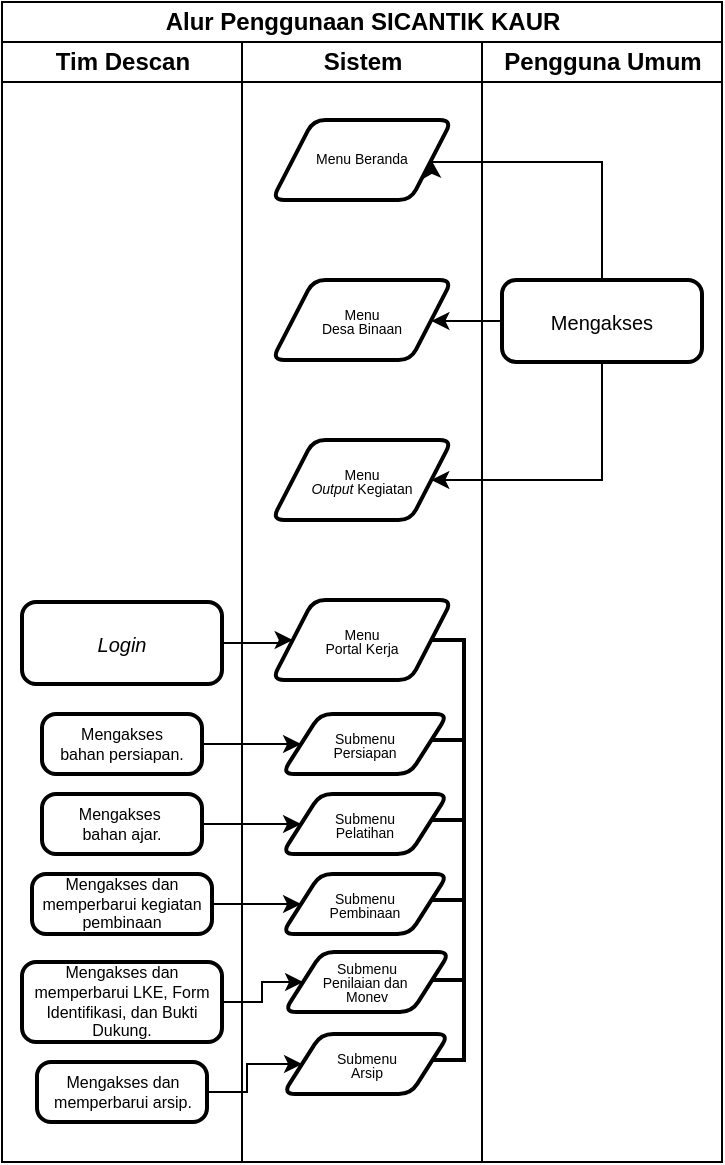
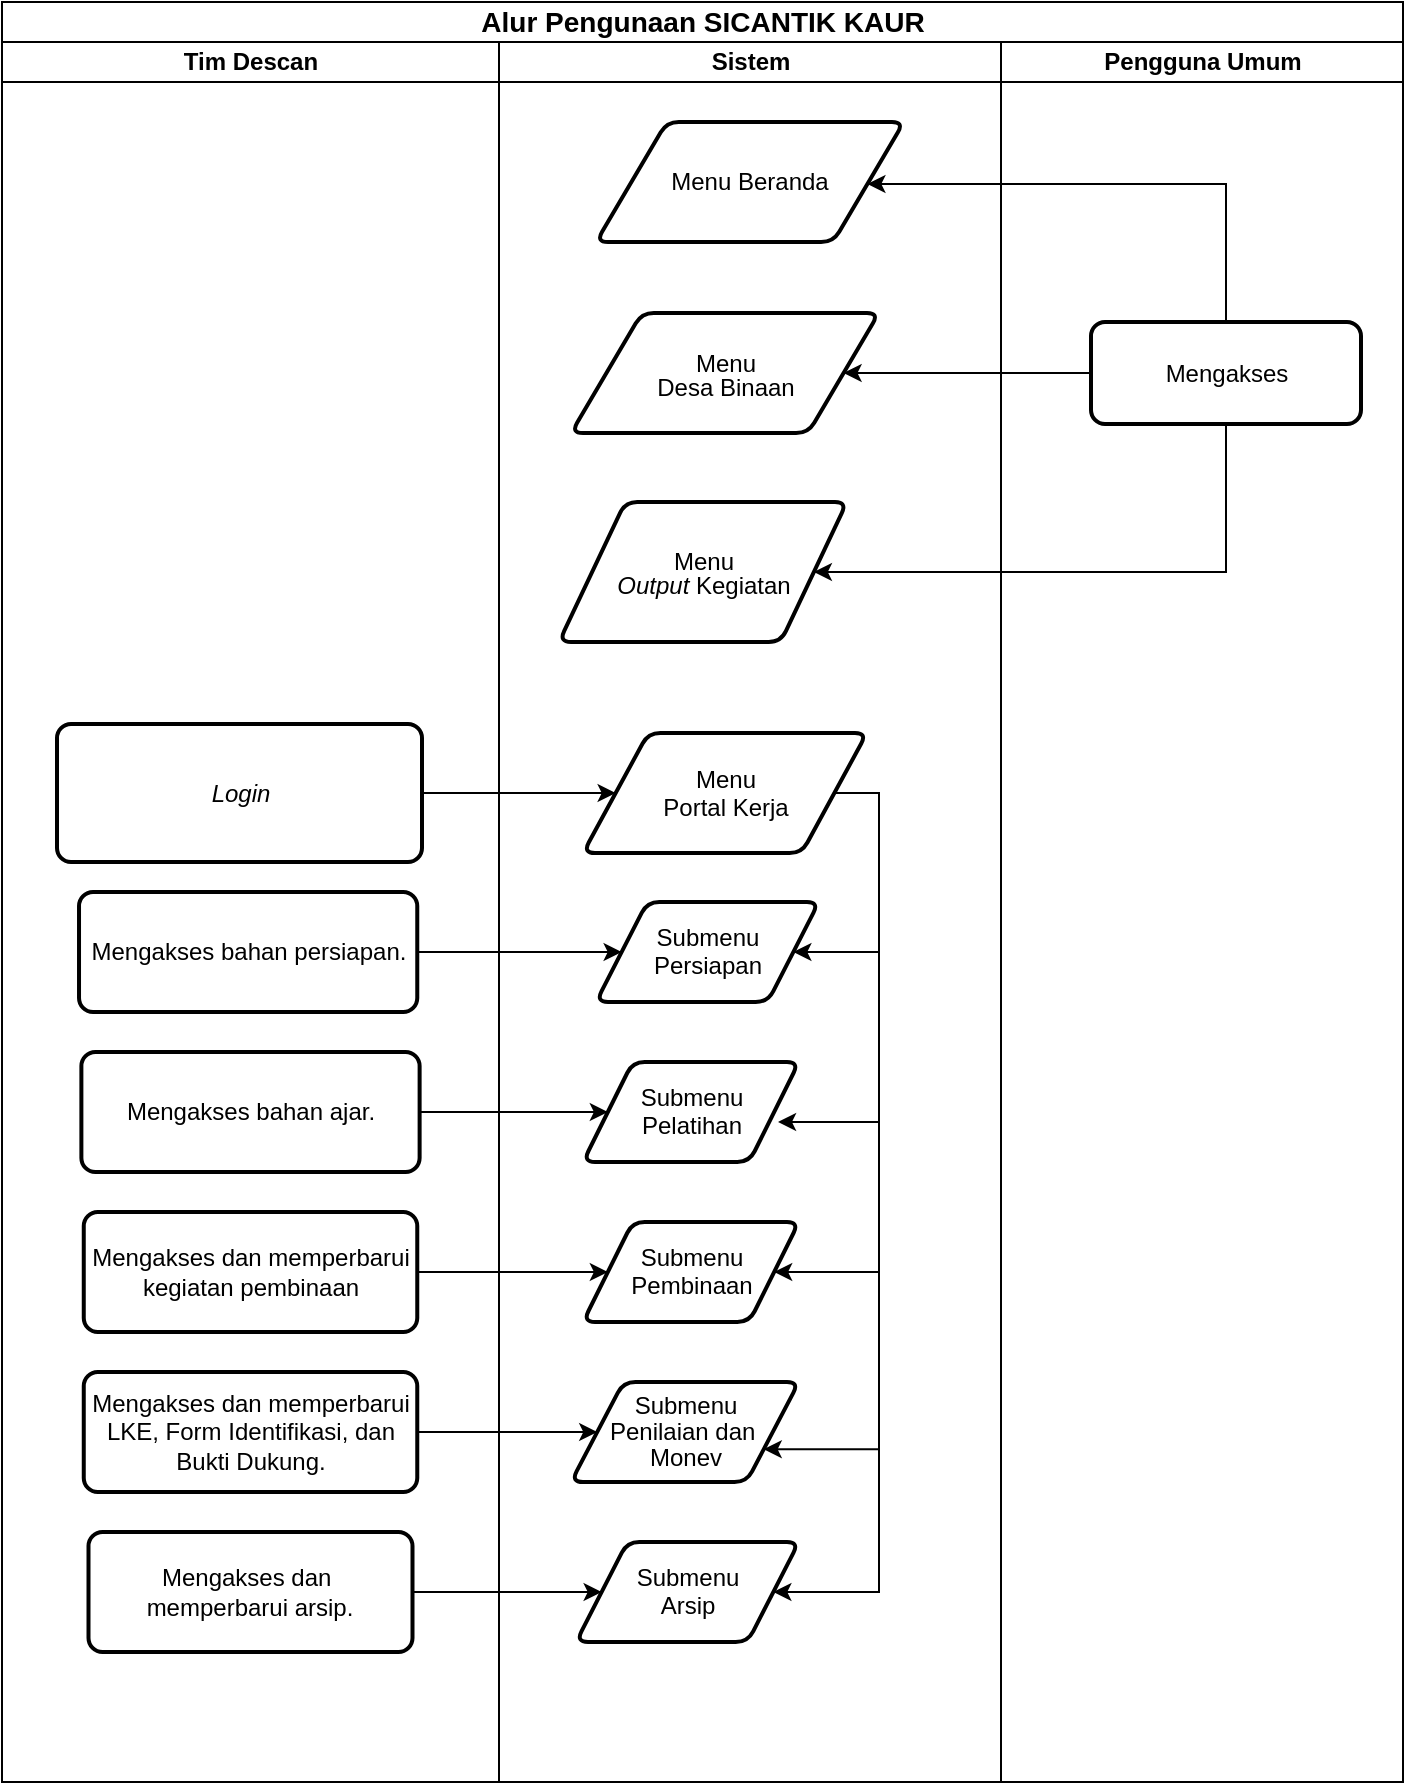
<mxfile host="app.diagrams.net">
  <diagram name="Halaman-1" id="NMfvk5RdGSKyurMBpHSk">
-     <mxGraphModel dx="728" dy="508" grid="1" gridSize="10" guides="1" tooltips="1" connect="1" arrows="1" fold="1" page="1" pageScale="1" pageWidth="827" pageHeight="1169" math="0" shadow="0">
+     <mxGraphModel dx="1120" dy="782" grid="1" gridSize="10" guides="1" tooltips="1" connect="1" arrows="1" fold="1" page="1" pageScale="1" pageWidth="827" pageHeight="1169" math="0" shadow="0">
      <root>
        <mxCell id="0" />
        <mxCell id="1" parent="0" />
-         <mxCell id="cIB5-QKN6q7S9F4UIb-L-4" parent="1" style="swimlane;childLayout=stackLayout;resizeParent=1;resizeParentMax=0;startSize=20;html=1;" value="Alur Penggunaan SICANTIK KAUR" vertex="1">
-           <mxGeometry height="580" width="360" x="40" y="40" as="geometry">
-             <mxRectangle height="30" width="60" x="290.00000000000045" y="300" as="alternateBounds" />
-           </mxGeometry>
+         <mxCell id="EONZ8WT3-JnyCntiJ988-1" parent="1" style="swimlane;childLayout=stackLayout;resizeParent=1;resizeParentMax=0;startSize=20;html=1;" value="&lt;font style=&quot;font-size: 14px;&quot;&gt;Alur Pengunaan SICANTIK KAUR&lt;/font&gt;" vertex="1">
+           <mxGeometry height="890" width="700.5" x="112" y="70" as="geometry" />
        </mxCell>
-         <mxCell id="cIB5-QKN6q7S9F4UIb-L-5" parent="cIB5-QKN6q7S9F4UIb-L-4" style="swimlane;startSize=20;html=1;" value="Tim Descan" vertex="1">
-           <mxGeometry height="560" width="120" y="20" as="geometry" />
+         <mxCell id="EONZ8WT3-JnyCntiJ988-2" parent="EONZ8WT3-JnyCntiJ988-1" style="swimlane;startSize=20;html=1;" value="Tim Descan" vertex="1">
+           <mxGeometry height="870" width="248.5" y="20" as="geometry" />
        </mxCell>
-         <mxCell id="cIB5-QKN6q7S9F4UIb-L-37" parent="cIB5-QKN6q7S9F4UIb-L-5" style="rounded=1;whiteSpace=wrap;html=1;absoluteArcSize=1;arcSize=14;strokeWidth=2;" value="&lt;font style=&quot;font-size: 10px;&quot;&gt;&lt;i&gt;Login&lt;/i&gt;&lt;/font&gt;" vertex="1">
-           <mxGeometry height="41" width="100" x="10" y="280" as="geometry" />
+         <mxCell id="EONZ8WT3-JnyCntiJ988-5" parent="EONZ8WT3-JnyCntiJ988-2" style="rounded=1;whiteSpace=wrap;html=1;absoluteArcSize=1;arcSize=14;strokeWidth=2;" value="&lt;font&gt;&lt;i style=&quot;&quot;&gt;Login&lt;/i&gt;&lt;/font&gt;" vertex="1">
+           <mxGeometry height="69" width="182.5" x="27.5" y="341" as="geometry" />
        </mxCell>
-         <mxCell id="cIB5-QKN6q7S9F4UIb-L-39" parent="cIB5-QKN6q7S9F4UIb-L-5" style="rounded=1;whiteSpace=wrap;html=1;absoluteArcSize=1;arcSize=14;strokeWidth=2;fontFamily=Helvetica;fontSize=7;fontColor=default;fontStyle=0;align=center;verticalAlign=middle;spacing=0;" value="&lt;font style=&quot;font-size: 8px;&quot;&gt;Mengakses&lt;/font&gt;&lt;div&gt;&lt;font style=&quot;font-size: 8px;&quot;&gt;bahan persiapan.&lt;/font&gt;&lt;/div&gt;" vertex="1">
-           <mxGeometry height="30" width="80" x="20" y="336" as="geometry" />
+         <mxCell id="EONZ8WT3-JnyCntiJ988-6" parent="EONZ8WT3-JnyCntiJ988-2" style="rounded=1;whiteSpace=wrap;html=1;absoluteArcSize=1;arcSize=14;strokeWidth=2;fontFamily=Helvetica;fontSize=7;fontColor=default;fontStyle=0;align=center;verticalAlign=middle;spacing=0;" value="&lt;font style=&quot;font-size: 12px;&quot;&gt;&lt;font style=&quot;&quot;&gt;Mengakses&amp;nbsp;&lt;/font&gt;&lt;span style=&quot;background-color: transparent; color: light-dark(rgb(0, 0, 0), rgb(255, 255, 255));&quot;&gt;bahan persiapan.&lt;/span&gt;&lt;/font&gt;" vertex="1">
+           <mxGeometry height="60" width="169.12" x="38.510000000000005" y="425" as="geometry" />
        </mxCell>
-         <mxCell id="cIB5-QKN6q7S9F4UIb-L-41" parent="cIB5-QKN6q7S9F4UIb-L-5" style="rounded=1;whiteSpace=wrap;html=1;absoluteArcSize=1;arcSize=14;strokeWidth=2;fontFamily=Helvetica;fontSize=7;fontColor=default;fontStyle=0;align=center;verticalAlign=middle;spacing=0;" value="&lt;font style=&quot;font-size: 8px;&quot;&gt;Mengakses&amp;nbsp;&lt;/font&gt;&lt;div&gt;&lt;font style=&quot;font-size: 8px;&quot;&gt;bahan ajar.&lt;/font&gt;&lt;/div&gt;" vertex="1">
-           <mxGeometry height="30" width="80" x="20" y="376" as="geometry" />
+         <mxCell id="EONZ8WT3-JnyCntiJ988-7" parent="EONZ8WT3-JnyCntiJ988-2" style="rounded=1;whiteSpace=wrap;html=1;absoluteArcSize=1;arcSize=14;strokeWidth=2;fontFamily=Helvetica;fontSize=7;fontColor=default;fontStyle=0;align=center;verticalAlign=middle;spacing=0;" value="&lt;font style=&quot;font-size: 12px;&quot;&gt;Mengakses&amp;nbsp;&lt;/font&gt;&lt;span style=&quot;font-size: 12px; background-color: transparent; color: light-dark(rgb(0, 0, 0), rgb(255, 255, 255));&quot;&gt;bahan ajar.&lt;/span&gt;" vertex="1">
+           <mxGeometry height="60" width="169.12" x="39.690000000000005" y="505" as="geometry" />
        </mxCell>
-         <mxCell id="cIB5-QKN6q7S9F4UIb-L-43" parent="cIB5-QKN6q7S9F4UIb-L-5" style="rounded=1;whiteSpace=wrap;html=1;absoluteArcSize=1;arcSize=14;strokeWidth=2;fontFamily=Helvetica;fontSize=7;fontColor=default;fontStyle=0;align=center;verticalAlign=middle;spacing=0;" value="&lt;font style=&quot;font-size: 8px;&quot;&gt;Mengakses dan memperbarui kegiatan pembinaan&lt;br&gt;&lt;/font&gt;" vertex="1">
-           <mxGeometry height="30" width="90" x="15" y="416" as="geometry" />
+         <mxCell id="EONZ8WT3-JnyCntiJ988-8" parent="EONZ8WT3-JnyCntiJ988-2" style="rounded=1;whiteSpace=wrap;html=1;absoluteArcSize=1;arcSize=14;strokeWidth=2;fontFamily=Helvetica;fontSize=7;fontColor=default;fontStyle=0;align=center;verticalAlign=middle;spacing=0;" value="&lt;font style=&quot;&quot;&gt;&lt;font style=&quot;font-size: 12px;&quot;&gt;Mengakses dan memperbarui kegiatan pembinaan&lt;/font&gt;&lt;br&gt;&lt;/font&gt;" vertex="1">
+           <mxGeometry height="60" width="166.75" x="40.88" y="585" as="geometry" />
        </mxCell>
-         <mxCell id="cIB5-QKN6q7S9F4UIb-L-45" parent="cIB5-QKN6q7S9F4UIb-L-5" style="rounded=1;whiteSpace=wrap;html=1;absoluteArcSize=1;arcSize=14;strokeWidth=2;fontFamily=Helvetica;fontSize=7;fontColor=default;fontStyle=0;align=center;verticalAlign=middle;spacing=0;" value="&lt;font style=&quot;font-size: 8px;&quot;&gt;Mengakses dan memperbarui LKE, Form Identifikasi, dan Bukti Dukung.&lt;br&gt;&lt;/font&gt;" vertex="1">
-           <mxGeometry height="40" width="100" x="10" y="460" as="geometry" />
+         <mxCell id="EONZ8WT3-JnyCntiJ988-9" parent="EONZ8WT3-JnyCntiJ988-2" style="rounded=1;whiteSpace=wrap;html=1;absoluteArcSize=1;arcSize=14;strokeWidth=2;fontFamily=Helvetica;fontSize=7;fontColor=default;fontStyle=0;align=center;verticalAlign=middle;spacing=0;" value="&lt;font style=&quot;&quot;&gt;&lt;font style=&quot;font-size: 12px;&quot;&gt;Mengakses dan memperbarui LKE, Form Identifikasi, dan Bukti Dukung.&lt;/font&gt;&lt;br&gt;&lt;/font&gt;" vertex="1">
+           <mxGeometry height="60" width="166.75" x="40.88" y="665" as="geometry" />
        </mxCell>
-         <mxCell id="cIB5-QKN6q7S9F4UIb-L-47" parent="cIB5-QKN6q7S9F4UIb-L-5" style="rounded=1;whiteSpace=wrap;html=1;absoluteArcSize=1;arcSize=14;strokeWidth=2;fontFamily=Helvetica;fontSize=7;fontColor=default;fontStyle=0;align=center;verticalAlign=middle;spacing=0;" value="&lt;font style=&quot;font-size: 8px;&quot;&gt;Mengakses dan memperbarui arsip.&lt;br&gt;&lt;/font&gt;" vertex="1">
-           <mxGeometry height="30" width="85" x="17.5" y="510" as="geometry" />
+         <mxCell id="EONZ8WT3-JnyCntiJ988-10" parent="EONZ8WT3-JnyCntiJ988-2" style="rounded=1;whiteSpace=wrap;html=1;absoluteArcSize=1;arcSize=14;strokeWidth=2;fontFamily=Helvetica;fontSize=7;fontColor=default;fontStyle=0;align=center;verticalAlign=middle;spacing=0;" value="&lt;font style=&quot;&quot;&gt;&lt;font style=&quot;font-size: 12px;&quot;&gt;Mengakses dan&amp;nbsp;&lt;/font&gt;&lt;/font&gt;&lt;div&gt;&lt;font style=&quot;&quot;&gt;&lt;font style=&quot;font-size: 12px;&quot;&gt;memperbarui arsip.&lt;/font&gt;&lt;br&gt;&lt;/font&gt;&lt;/div&gt;" vertex="1">
+           <mxGeometry height="60" width="162" x="43.25" y="745" as="geometry" />
        </mxCell>
-         <mxCell id="cIB5-QKN6q7S9F4UIb-L-6" parent="cIB5-QKN6q7S9F4UIb-L-4" style="swimlane;startSize=20;html=1;" value="Sistem" vertex="1">
-           <mxGeometry height="560" width="120" x="120" y="20" as="geometry" />
+         <mxCell id="EONZ8WT3-JnyCntiJ988-3" parent="EONZ8WT3-JnyCntiJ988-1" style="swimlane;startSize=20;html=1;" value="Sistem" vertex="1">
+           <mxGeometry height="870" width="251" x="248.5" y="20" as="geometry" />
        </mxCell>
-         <mxCell id="cIB5-QKN6q7S9F4UIb-L-9" parent="cIB5-QKN6q7S9F4UIb-L-6" style="shape=parallelogram;html=1;strokeWidth=2;perimeter=parallelogramPerimeter;whiteSpace=wrap;rounded=1;arcSize=12;size=0.23;fontFamily=Helvetica;fontSize=7;fontColor=default;fontStyle=0;align=center;verticalAlign=middle;spacing=0;" value="&lt;font style=&quot;font-size: 7px; line-height: 100%;&quot;&gt;Menu Beranda&lt;/font&gt;" vertex="1">
-           <mxGeometry height="40" width="90" x="15" y="39" as="geometry" />
+         <mxCell id="EONZ8WT3-JnyCntiJ988-11" parent="EONZ8WT3-JnyCntiJ988-3" style="shape=parallelogram;html=1;strokeWidth=2;perimeter=parallelogramPerimeter;whiteSpace=wrap;rounded=1;arcSize=12;size=0.23;fontFamily=Helvetica;fontSize=7;fontColor=default;fontStyle=0;align=center;verticalAlign=middle;spacing=0;" value="&lt;font style=&quot;line-height: 100%; font-size: 12px;&quot;&gt;Menu Beranda&lt;/font&gt;" vertex="1">
+           <mxGeometry height="60" width="154" x="48.5" y="40" as="geometry" />
        </mxCell>
-         <mxCell id="cIB5-QKN6q7S9F4UIb-L-11" parent="cIB5-QKN6q7S9F4UIb-L-6" style="shape=parallelogram;html=1;strokeWidth=2;perimeter=parallelogramPerimeter;whiteSpace=wrap;rounded=1;arcSize=12;size=0.23;fontFamily=Helvetica;fontSize=7;fontColor=default;fontStyle=0;align=center;verticalAlign=middle;spacing=0;" value="&lt;div style=&quot;line-height: 100%;&quot;&gt;&lt;font style=&quot;font-size: 7px; line-height: 100%;&quot;&gt;Menu&lt;/font&gt;&lt;div&gt;&lt;font style=&quot;font-size: 7px; line-height: 100%;&quot;&gt;Desa Binaan&lt;/font&gt;&lt;/div&gt;&lt;/div&gt;" vertex="1">
-           <mxGeometry height="40" width="90" x="15" y="119" as="geometry" />
+         <mxCell id="EONZ8WT3-JnyCntiJ988-12" parent="EONZ8WT3-JnyCntiJ988-3" style="shape=parallelogram;html=1;strokeWidth=2;perimeter=parallelogramPerimeter;whiteSpace=wrap;rounded=1;arcSize=12;size=0.23;fontFamily=Helvetica;fontSize=7;fontColor=default;fontStyle=0;align=center;verticalAlign=middle;spacing=0;" value="&lt;div style=&quot;line-height: 100%;&quot;&gt;&lt;font style=&quot;line-height: 100%; font-size: 12px;&quot;&gt;Menu&lt;/font&gt;&lt;div&gt;&lt;font style=&quot;line-height: 100%; font-size: 12px;&quot;&gt;Desa Binaan&lt;/font&gt;&lt;/div&gt;&lt;/div&gt;" vertex="1">
+           <mxGeometry height="60" width="154" x="36" y="135.5" as="geometry" />
        </mxCell>
-         <mxCell id="cIB5-QKN6q7S9F4UIb-L-12" parent="cIB5-QKN6q7S9F4UIb-L-6" style="shape=parallelogram;html=1;strokeWidth=2;perimeter=parallelogramPerimeter;whiteSpace=wrap;rounded=1;arcSize=12;size=0.23;spacing=0;verticalAlign=middle;fontSize=7;" value="&lt;div style=&quot;line-height: 100%;&quot;&gt;&lt;font style=&quot;line-height: 100%;&quot;&gt;Menu&lt;/font&gt;&lt;div&gt;&lt;font style=&quot;line-height: 100%;&quot;&gt;&lt;i&gt;Output &lt;/i&gt;Kegiatan&lt;/font&gt;&lt;/div&gt;&lt;/div&gt;" vertex="1">
-           <mxGeometry height="40" width="90" x="15" y="199" as="geometry" />
+         <mxCell id="EONZ8WT3-JnyCntiJ988-13" parent="EONZ8WT3-JnyCntiJ988-3" style="shape=parallelogram;html=1;strokeWidth=2;perimeter=parallelogramPerimeter;whiteSpace=wrap;rounded=1;arcSize=12;size=0.23;spacing=0;verticalAlign=middle;fontSize=7;" value="&lt;div style=&quot;line-height: 100%;&quot;&gt;&lt;font style=&quot;line-height: 100%; font-size: 12px;&quot;&gt;Menu&lt;/font&gt;&lt;div&gt;&lt;font style=&quot;line-height: 100%; font-size: 12px;&quot;&gt;&lt;i&gt;Output &lt;/i&gt;Kegiatan&lt;/font&gt;&lt;/div&gt;&lt;/div&gt;" vertex="1">
+           <mxGeometry height="70" width="144" x="30" y="230" as="geometry" />
        </mxCell>
-         <mxCell id="cIB5-QKN6q7S9F4UIb-L-13" parent="cIB5-QKN6q7S9F4UIb-L-6" style="shape=parallelogram;html=1;strokeWidth=2;perimeter=parallelogramPerimeter;whiteSpace=wrap;rounded=1;arcSize=12;size=0.23;spacing=0;verticalAlign=middle;fontSize=7;" value="&lt;div style=&quot;line-height: 100%;&quot;&gt;&lt;font style=&quot;line-height: 100%;&quot;&gt;Menu&lt;/font&gt;&lt;div&gt;Portal Kerja&lt;/div&gt;&lt;/div&gt;" vertex="1">
-           <mxGeometry height="40" width="90" x="15" y="279" as="geometry" />
-         </mxCell>
-         <mxCell id="cIB5-QKN6q7S9F4UIb-L-20" parent="cIB5-QKN6q7S9F4UIb-L-6" style="shape=parallelogram;html=1;strokeWidth=2;perimeter=parallelogramPerimeter;whiteSpace=wrap;rounded=1;arcSize=12;size=0.23;spacing=0;verticalAlign=middle;fontSize=7;" value="&lt;div style=&quot;line-height: 100%;&quot;&gt;Submenu&lt;/div&gt;&lt;div style=&quot;line-height: 100%;&quot;&gt;Pelatihan&lt;/div&gt;" vertex="1">
-           <mxGeometry height="30" width="83" x="20" y="376" as="geometry" />
-         </mxCell>
-         <mxCell id="cIB5-QKN6q7S9F4UIb-L-14" parent="cIB5-QKN6q7S9F4UIb-L-6" style="shape=parallelogram;html=1;strokeWidth=2;perimeter=parallelogramPerimeter;whiteSpace=wrap;rounded=1;arcSize=12;size=0.23;spacing=0;verticalAlign=middle;fontSize=7;" value="&lt;div style=&quot;line-height: 100%;&quot;&gt;Submenu&lt;/div&gt;&lt;div style=&quot;line-height: 100%;&quot;&gt;Persiapan&lt;/div&gt;" vertex="1">
-           <mxGeometry height="30" width="83" x="20" y="336" as="geometry" />
-         </mxCell>
-         <mxCell id="cIB5-QKN6q7S9F4UIb-L-22" parent="cIB5-QKN6q7S9F4UIb-L-6" style="strokeWidth=2;html=1;shape=mxgraph.flowchart.annotation_1;align=left;pointerEvents=1;rotation=-180;" value="" vertex="1">
-           <mxGeometry height="50" width="16" x="95" y="299" as="geometry" />
-         </mxCell>
-         <mxCell id="cIB5-QKN6q7S9F4UIb-L-24" parent="cIB5-QKN6q7S9F4UIb-L-6" style="strokeWidth=2;html=1;shape=mxgraph.flowchart.annotation_1;align=left;pointerEvents=1;rotation=-180;" value="" vertex="1">
-           <mxGeometry height="40" width="16" x="95" y="349" as="geometry" />
-         </mxCell>
-         <mxCell id="cIB5-QKN6q7S9F4UIb-L-25" parent="cIB5-QKN6q7S9F4UIb-L-6" style="shape=parallelogram;html=1;strokeWidth=2;perimeter=parallelogramPerimeter;whiteSpace=wrap;rounded=1;arcSize=12;size=0.23;spacing=0;verticalAlign=middle;fontSize=7;" value="&lt;div style=&quot;line-height: 100%;&quot;&gt;Submenu&lt;/div&gt;&lt;div style=&quot;line-height: 100%;&quot;&gt;Pembinaan&lt;/div&gt;" vertex="1">
-           <mxGeometry height="30" width="83" x="20" y="416" as="geometry" />
-         </mxCell>
-         <mxCell id="cIB5-QKN6q7S9F4UIb-L-27" parent="cIB5-QKN6q7S9F4UIb-L-6" style="shape=parallelogram;html=1;strokeWidth=2;perimeter=parallelogramPerimeter;whiteSpace=wrap;rounded=1;arcSize=12;size=0.23;spacing=0;verticalAlign=middle;fontSize=7;" value="&lt;div style=&quot;line-height: 100%;&quot;&gt;Submenu&lt;/div&gt;&lt;div style=&quot;line-height: 100%;&quot;&gt;Arsip&lt;/div&gt;" vertex="1">
-           <mxGeometry height="30" width="83" x="20.5" y="496" as="geometry" />
-         </mxCell>
-         <mxCell id="cIB5-QKN6q7S9F4UIb-L-26" parent="cIB5-QKN6q7S9F4UIb-L-6" style="shape=parallelogram;html=1;strokeWidth=2;perimeter=parallelogramPerimeter;whiteSpace=wrap;rounded=1;arcSize=12;size=0.23;spacing=0;verticalAlign=middle;fontSize=7;" value="&lt;div style=&quot;line-height: 100%;&quot;&gt;Submenu&lt;/div&gt;&lt;div style=&quot;line-height: 100%;&quot;&gt;Penilaian dan&amp;nbsp;&lt;/div&gt;&lt;div style=&quot;line-height: 100%;&quot;&gt;Monev&lt;/div&gt;" vertex="1">
-           <mxGeometry height="30" width="83" x="21" y="455" as="geometry" />
-         </mxCell>
-         <mxCell id="cIB5-QKN6q7S9F4UIb-L-31" parent="cIB5-QKN6q7S9F4UIb-L-6" style="strokeWidth=2;html=1;shape=mxgraph.flowchart.annotation_1;align=left;pointerEvents=1;rotation=-180;" value="" vertex="1">
-           <mxGeometry height="40" width="16" x="95" y="469" as="geometry" />
-         </mxCell>
-         <mxCell id="cIB5-QKN6q7S9F4UIb-L-29" parent="cIB5-QKN6q7S9F4UIb-L-6" style="strokeWidth=2;html=1;shape=mxgraph.flowchart.annotation_1;align=left;pointerEvents=1;rotation=-180;" value="" vertex="1">
-           <mxGeometry height="40" width="16" x="95" y="389" as="geometry" />
-         </mxCell>
-         <mxCell id="cIB5-QKN6q7S9F4UIb-L-30" parent="cIB5-QKN6q7S9F4UIb-L-6" style="strokeWidth=2;html=1;shape=mxgraph.flowchart.annotation_1;align=left;pointerEvents=1;rotation=-180;" value="" vertex="1">
-           <mxGeometry height="40" width="16" x="95" y="429" as="geometry" />
-         </mxCell>
-         <mxCell id="cIB5-QKN6q7S9F4UIb-L-7" parent="cIB5-QKN6q7S9F4UIb-L-4" style="swimlane;startSize=20;html=1;" value="Pengguna Umum" vertex="1">
-           <mxGeometry height="560" width="120" x="240" y="20" as="geometry" />
-         </mxCell>
-         <mxCell id="cIB5-QKN6q7S9F4UIb-L-32" parent="cIB5-QKN6q7S9F4UIb-L-7" style="rounded=1;whiteSpace=wrap;html=1;absoluteArcSize=1;arcSize=14;strokeWidth=2;" value="&lt;font style=&quot;font-size: 10px;&quot;&gt;Mengakses&lt;/font&gt;" vertex="1">
-           <mxGeometry height="41" width="100" x="10" y="119" as="geometry" />
-         </mxCell>
-         <mxCell id="cIB5-QKN6q7S9F4UIb-L-33" edge="1" parent="cIB5-QKN6q7S9F4UIb-L-4" source="cIB5-QKN6q7S9F4UIb-L-32" style="edgeStyle=orthogonalEdgeStyle;rounded=0;orthogonalLoop=1;jettySize=auto;html=1;exitX=0.5;exitY=0;exitDx=0;exitDy=0;entryX=1;entryY=0.5;entryDx=0;entryDy=0;" target="cIB5-QKN6q7S9F4UIb-L-9">
+         <mxCell id="EONZ8WT3-JnyCntiJ988-37" edge="1" parent="EONZ8WT3-JnyCntiJ988-3" source="EONZ8WT3-JnyCntiJ988-14" style="edgeStyle=orthogonalEdgeStyle;rounded=0;orthogonalLoop=1;jettySize=auto;html=1;exitX=1;exitY=0.5;exitDx=0;exitDy=0;entryX=1;entryY=0.5;entryDx=0;entryDy=0;" target="EONZ8WT3-JnyCntiJ988-16">
          <mxGeometry relative="1" as="geometry">
            <Array as="points">
-               <mxPoint x="300" y="80" />
-               <mxPoint x="215" y="80" />
+               <mxPoint x="190" y="375" />
+               <mxPoint x="190" y="455" />
            </Array>
          </mxGeometry>
        </mxCell>
-         <mxCell id="cIB5-QKN6q7S9F4UIb-L-34" edge="1" parent="cIB5-QKN6q7S9F4UIb-L-4" source="cIB5-QKN6q7S9F4UIb-L-32" style="edgeStyle=orthogonalEdgeStyle;rounded=0;orthogonalLoop=1;jettySize=auto;html=1;exitX=0;exitY=0.5;exitDx=0;exitDy=0;entryX=1;entryY=0.5;entryDx=0;entryDy=0;" target="cIB5-QKN6q7S9F4UIb-L-11">
-           <mxGeometry relative="1" as="geometry" />
-         </mxCell>
-         <mxCell id="cIB5-QKN6q7S9F4UIb-L-36" edge="1" parent="cIB5-QKN6q7S9F4UIb-L-4" source="cIB5-QKN6q7S9F4UIb-L-32" style="edgeStyle=orthogonalEdgeStyle;rounded=0;orthogonalLoop=1;jettySize=auto;html=1;exitX=0.5;exitY=1;exitDx=0;exitDy=0;entryX=1;entryY=0.5;entryDx=0;entryDy=0;" target="cIB5-QKN6q7S9F4UIb-L-12">
+         <mxCell id="EONZ8WT3-JnyCntiJ988-39" edge="1" parent="EONZ8WT3-JnyCntiJ988-3" source="EONZ8WT3-JnyCntiJ988-14" style="edgeStyle=orthogonalEdgeStyle;rounded=0;orthogonalLoop=1;jettySize=auto;html=1;exitX=1;exitY=0.5;exitDx=0;exitDy=0;entryX=1;entryY=0.5;entryDx=0;entryDy=0;" target="EONZ8WT3-JnyCntiJ988-19">
          <mxGeometry relative="1" as="geometry">
            <Array as="points">
-               <mxPoint x="300" y="239" />
+               <mxPoint x="190" y="376" />
+               <mxPoint x="190" y="615" />
            </Array>
          </mxGeometry>
        </mxCell>
-         <mxCell id="cIB5-QKN6q7S9F4UIb-L-38" edge="1" parent="cIB5-QKN6q7S9F4UIb-L-4" source="cIB5-QKN6q7S9F4UIb-L-37" style="edgeStyle=orthogonalEdgeStyle;rounded=0;orthogonalLoop=1;jettySize=auto;html=1;exitX=1;exitY=0.5;exitDx=0;exitDy=0;entryX=0;entryY=0.5;entryDx=0;entryDy=0;" target="cIB5-QKN6q7S9F4UIb-L-13">
+         <mxCell id="EONZ8WT3-JnyCntiJ988-40" edge="1" parent="EONZ8WT3-JnyCntiJ988-3" source="EONZ8WT3-JnyCntiJ988-14" style="edgeStyle=orthogonalEdgeStyle;rounded=0;orthogonalLoop=1;jettySize=auto;html=1;exitX=1;exitY=0.5;exitDx=0;exitDy=0;entryX=1;entryY=0.75;entryDx=0;entryDy=0;" target="EONZ8WT3-JnyCntiJ988-21">
          <mxGeometry relative="1" as="geometry">
            <Array as="points">
-               <mxPoint x="140" y="321" />
-               <mxPoint x="140" y="319" />
+               <mxPoint x="190" y="376" />
+               <mxPoint x="190" y="704" />
            </Array>
          </mxGeometry>
        </mxCell>
-         <mxCell id="cIB5-QKN6q7S9F4UIb-L-40" edge="1" parent="cIB5-QKN6q7S9F4UIb-L-4" source="cIB5-QKN6q7S9F4UIb-L-39" style="edgeStyle=orthogonalEdgeStyle;rounded=0;orthogonalLoop=1;jettySize=auto;html=1;exitX=1;exitY=0.5;exitDx=0;exitDy=0;entryX=0;entryY=0.5;entryDx=0;entryDy=0;" target="cIB5-QKN6q7S9F4UIb-L-14">
+         <mxCell id="EONZ8WT3-JnyCntiJ988-41" edge="1" parent="EONZ8WT3-JnyCntiJ988-3" source="EONZ8WT3-JnyCntiJ988-14" style="edgeStyle=orthogonalEdgeStyle;rounded=0;orthogonalLoop=1;jettySize=auto;html=1;exitX=1;exitY=0.5;exitDx=0;exitDy=0;entryX=1;entryY=0.5;entryDx=0;entryDy=0;" target="EONZ8WT3-JnyCntiJ988-20">
+           <mxGeometry relative="1" as="geometry">
+             <Array as="points">
+               <mxPoint x="190" y="376" />
+               <mxPoint x="190" y="775" />
+             </Array>
+           </mxGeometry>
+         </mxCell>
+         <mxCell id="EONZ8WT3-JnyCntiJ988-14" parent="EONZ8WT3-JnyCntiJ988-3" style="shape=parallelogram;html=1;strokeWidth=2;perimeter=parallelogramPerimeter;whiteSpace=wrap;rounded=1;arcSize=12;size=0.23;spacing=0;verticalAlign=middle;fontSize=7;fontFamily=Helvetica;fontColor=default;fontStyle=0;align=center;" value="&lt;div style=&quot;line-height: 110%;&quot;&gt;&lt;div&gt;&lt;font style=&quot;font-size: 12px; line-height: 110%;&quot;&gt;Menu&lt;/font&gt;&lt;/div&gt;&lt;div&gt;&lt;div&gt;&lt;font style=&quot;font-size: 12px; line-height: 110%;&quot;&gt;Portal Kerja&lt;/font&gt;&lt;/div&gt;&lt;/div&gt;&lt;/div&gt;" vertex="1">
+           <mxGeometry height="60" width="142" x="42" y="345.5" as="geometry" />
+         </mxCell>
+         <mxCell id="EONZ8WT3-JnyCntiJ988-16" parent="EONZ8WT3-JnyCntiJ988-3" style="shape=parallelogram;html=1;strokeWidth=2;perimeter=parallelogramPerimeter;whiteSpace=wrap;rounded=1;arcSize=12;size=0.23;spacing=0;verticalAlign=middle;fontSize=7;" value="&lt;div style=&quot;line-height: 110%;&quot;&gt;&lt;div&gt;&lt;font style=&quot;font-size: 12px; line-height: 110%;&quot;&gt;Submenu&lt;/font&gt;&lt;/div&gt;&lt;div&gt;&lt;font style=&quot;font-size: 12px; line-height: 110%;&quot;&gt;Persiapan&lt;/font&gt;&lt;/div&gt;&lt;/div&gt;" vertex="1">
+           <mxGeometry height="50" width="111.5" x="48.5" y="430" as="geometry" />
+         </mxCell>
+         <mxCell id="EONZ8WT3-JnyCntiJ988-15" parent="EONZ8WT3-JnyCntiJ988-3" style="shape=parallelogram;html=1;strokeWidth=2;perimeter=parallelogramPerimeter;whiteSpace=wrap;rounded=1;arcSize=12;size=0.23;spacing=0;verticalAlign=middle;fontSize=7;" value="&lt;div style=&quot;line-height: 110%;&quot;&gt;&lt;div&gt;&lt;font style=&quot;font-size: 12px; line-height: 110%;&quot;&gt;Submenu&lt;/font&gt;&lt;/div&gt;&lt;div&gt;&lt;font style=&quot;font-size: 12px; line-height: 110%;&quot;&gt;Pelatihan&lt;/font&gt;&lt;/div&gt;&lt;/div&gt;" vertex="1">
+           <mxGeometry height="50" width="108" x="42" y="510" as="geometry" />
+         </mxCell>
+         <mxCell id="EONZ8WT3-JnyCntiJ988-19" parent="EONZ8WT3-JnyCntiJ988-3" style="shape=parallelogram;html=1;strokeWidth=2;perimeter=parallelogramPerimeter;whiteSpace=wrap;rounded=1;arcSize=12;size=0.23;spacing=0;verticalAlign=middle;fontSize=7;" value="&lt;div style=&quot;line-height: 110%;&quot;&gt;&lt;div&gt;&lt;font style=&quot;font-size: 12px; line-height: 110%;&quot;&gt;Submenu&lt;/font&gt;&lt;/div&gt;&lt;div&gt;&lt;font style=&quot;font-size: 12px; line-height: 110%;&quot;&gt;Pembinaan&lt;/font&gt;&lt;/div&gt;&lt;/div&gt;" vertex="1">
+           <mxGeometry height="50" width="108" x="42" y="590" as="geometry" />
+         </mxCell>
+         <mxCell id="EONZ8WT3-JnyCntiJ988-21" parent="EONZ8WT3-JnyCntiJ988-3" style="shape=parallelogram;html=1;strokeWidth=2;perimeter=parallelogramPerimeter;whiteSpace=wrap;rounded=1;arcSize=12;size=0.23;spacing=0;verticalAlign=middle;fontSize=7;" value="&lt;div style=&quot;line-height: 110%;&quot;&gt;&lt;div&gt;&lt;font style=&quot;font-size: 12px; line-height: 110%;&quot;&gt;Submenu&lt;/font&gt;&lt;/div&gt;&lt;div&gt;&lt;font style=&quot;font-size: 12px; line-height: 110%;&quot;&gt;Penilaian dan&amp;nbsp;&lt;/font&gt;&lt;/div&gt;&lt;div&gt;&lt;font style=&quot;font-size: 12px; line-height: 110%;&quot;&gt;Monev&lt;/font&gt;&lt;/div&gt;&lt;/div&gt;" vertex="1">
+           <mxGeometry height="50" width="114" x="36" y="670" as="geometry" />
+         </mxCell>
+         <mxCell id="EONZ8WT3-JnyCntiJ988-20" parent="EONZ8WT3-JnyCntiJ988-3" style="shape=parallelogram;html=1;strokeWidth=2;perimeter=parallelogramPerimeter;whiteSpace=wrap;rounded=1;arcSize=12;size=0.23;spacing=0;verticalAlign=middle;fontSize=7;" value="&lt;div style=&quot;line-height: 110%;&quot;&gt;&lt;div&gt;&lt;font style=&quot;font-size: 12px; line-height: 110%;&quot;&gt;Submenu&lt;/font&gt;&lt;/div&gt;&lt;div&gt;&lt;font style=&quot;font-size: 12px; line-height: 110%;&quot;&gt;Arsip&lt;/font&gt;&lt;/div&gt;&lt;/div&gt;" vertex="1">
+           <mxGeometry height="50" width="111.5" x="38.5" y="750" as="geometry" />
+         </mxCell>
+         <mxCell id="EONZ8WT3-JnyCntiJ988-38" edge="1" parent="EONZ8WT3-JnyCntiJ988-3" source="EONZ8WT3-JnyCntiJ988-14" style="edgeStyle=orthogonalEdgeStyle;rounded=0;orthogonalLoop=1;jettySize=auto;html=1;exitX=1;exitY=0.5;exitDx=0;exitDy=0;entryX=0.903;entryY=0.6;entryDx=0;entryDy=0;entryPerimeter=0;" target="EONZ8WT3-JnyCntiJ988-15">
+           <mxGeometry relative="1" as="geometry">
+             <Array as="points">
+               <mxPoint x="190" y="375" />
+               <mxPoint x="190" y="540" />
+             </Array>
+           </mxGeometry>
+         </mxCell>
+         <mxCell id="EONZ8WT3-JnyCntiJ988-4" parent="EONZ8WT3-JnyCntiJ988-1" style="swimlane;startSize=20;html=1;" value="Pengguna Umum" vertex="1">
+           <mxGeometry height="870" width="201" x="499.5" y="20" as="geometry" />
+         </mxCell>
+         <mxCell id="EONZ8WT3-JnyCntiJ988-25" parent="EONZ8WT3-JnyCntiJ988-4" style="rounded=1;whiteSpace=wrap;html=1;absoluteArcSize=1;arcSize=14;strokeWidth=2;" value="&lt;font&gt;Mengakses&lt;/font&gt;" vertex="1">
+           <mxGeometry height="51" width="135" x="45" y="140" as="geometry" />
+         </mxCell>
+         <mxCell id="EONZ8WT3-JnyCntiJ988-26" edge="1" parent="EONZ8WT3-JnyCntiJ988-1" source="EONZ8WT3-JnyCntiJ988-25" style="edgeStyle=orthogonalEdgeStyle;rounded=0;orthogonalLoop=1;jettySize=auto;html=1;exitX=0.5;exitY=0;exitDx=0;exitDy=0;" target="EONZ8WT3-JnyCntiJ988-11">
+           <mxGeometry relative="1" as="geometry">
+             <Array as="points">
+               <mxPoint x="612" y="91" />
+             </Array>
+           </mxGeometry>
+         </mxCell>
+         <mxCell id="EONZ8WT3-JnyCntiJ988-27" edge="1" parent="EONZ8WT3-JnyCntiJ988-1" source="EONZ8WT3-JnyCntiJ988-25" style="edgeStyle=orthogonalEdgeStyle;rounded=0;orthogonalLoop=1;jettySize=auto;html=1;exitX=0;exitY=0.5;exitDx=0;exitDy=0;entryX=1;entryY=0.5;entryDx=0;entryDy=0;" target="EONZ8WT3-JnyCntiJ988-12">
          <mxGeometry relative="1" as="geometry" />
        </mxCell>
-         <mxCell id="cIB5-QKN6q7S9F4UIb-L-42" edge="1" parent="cIB5-QKN6q7S9F4UIb-L-4" source="cIB5-QKN6q7S9F4UIb-L-41" style="edgeStyle=orthogonalEdgeStyle;rounded=0;orthogonalLoop=1;jettySize=auto;html=1;exitX=1;exitY=0.5;exitDx=0;exitDy=0;entryX=0;entryY=0.5;entryDx=0;entryDy=0;" target="cIB5-QKN6q7S9F4UIb-L-20">
+         <mxCell id="EONZ8WT3-JnyCntiJ988-28" edge="1" parent="EONZ8WT3-JnyCntiJ988-1" source="EONZ8WT3-JnyCntiJ988-25" style="edgeStyle=orthogonalEdgeStyle;rounded=0;orthogonalLoop=1;jettySize=auto;html=1;exitX=0.5;exitY=1;exitDx=0;exitDy=0;entryX=1;entryY=0.5;entryDx=0;entryDy=0;" target="EONZ8WT3-JnyCntiJ988-13">
+           <mxGeometry relative="1" as="geometry">
+             <Array as="points">
+               <mxPoint x="612" y="285" />
+             </Array>
+           </mxGeometry>
+         </mxCell>
+         <mxCell id="EONZ8WT3-JnyCntiJ988-35" edge="1" parent="EONZ8WT3-JnyCntiJ988-1" source="EONZ8WT3-JnyCntiJ988-5" style="edgeStyle=orthogonalEdgeStyle;rounded=0;orthogonalLoop=1;jettySize=auto;html=1;exitX=1;exitY=0.5;exitDx=0;exitDy=0;" target="EONZ8WT3-JnyCntiJ988-14">
          <mxGeometry relative="1" as="geometry" />
        </mxCell>
-         <mxCell id="cIB5-QKN6q7S9F4UIb-L-44" edge="1" parent="cIB5-QKN6q7S9F4UIb-L-4" source="cIB5-QKN6q7S9F4UIb-L-43" style="edgeStyle=orthogonalEdgeStyle;rounded=0;orthogonalLoop=1;jettySize=auto;html=1;exitX=1;exitY=0.5;exitDx=0;exitDy=0;entryX=0;entryY=0.5;entryDx=0;entryDy=0;" target="cIB5-QKN6q7S9F4UIb-L-25">
+         <mxCell id="EONZ8WT3-JnyCntiJ988-30" edge="1" parent="EONZ8WT3-JnyCntiJ988-1" source="EONZ8WT3-JnyCntiJ988-6" style="edgeStyle=orthogonalEdgeStyle;rounded=0;orthogonalLoop=1;jettySize=auto;html=1;exitX=1;exitY=0.5;exitDx=0;exitDy=0;entryX=0;entryY=0.5;entryDx=0;entryDy=0;" target="EONZ8WT3-JnyCntiJ988-16">
          <mxGeometry relative="1" as="geometry" />
        </mxCell>
-         <mxCell id="cIB5-QKN6q7S9F4UIb-L-46" edge="1" parent="cIB5-QKN6q7S9F4UIb-L-4" source="cIB5-QKN6q7S9F4UIb-L-45" style="edgeStyle=orthogonalEdgeStyle;rounded=0;orthogonalLoop=1;jettySize=auto;html=1;exitX=1;exitY=0.5;exitDx=0;exitDy=0;entryX=0;entryY=0.5;entryDx=0;entryDy=0;" target="cIB5-QKN6q7S9F4UIb-L-26">
+         <mxCell id="EONZ8WT3-JnyCntiJ988-31" edge="1" parent="EONZ8WT3-JnyCntiJ988-1" source="EONZ8WT3-JnyCntiJ988-7" style="edgeStyle=orthogonalEdgeStyle;rounded=0;orthogonalLoop=1;jettySize=auto;html=1;exitX=1;exitY=0.5;exitDx=0;exitDy=0;entryX=0;entryY=0.5;entryDx=0;entryDy=0;" target="EONZ8WT3-JnyCntiJ988-15">
          <mxGeometry relative="1" as="geometry" />
        </mxCell>
-         <mxCell id="cIB5-QKN6q7S9F4UIb-L-48" edge="1" parent="cIB5-QKN6q7S9F4UIb-L-4" source="cIB5-QKN6q7S9F4UIb-L-47" style="edgeStyle=orthogonalEdgeStyle;rounded=0;orthogonalLoop=1;jettySize=auto;html=1;exitX=1;exitY=0.5;exitDx=0;exitDy=0;entryX=0;entryY=0.5;entryDx=0;entryDy=0;" target="cIB5-QKN6q7S9F4UIb-L-27">
+         <mxCell id="EONZ8WT3-JnyCntiJ988-32" edge="1" parent="EONZ8WT3-JnyCntiJ988-1" source="EONZ8WT3-JnyCntiJ988-8" style="edgeStyle=orthogonalEdgeStyle;rounded=0;orthogonalLoop=1;jettySize=auto;html=1;exitX=1;exitY=0.5;exitDx=0;exitDy=0;entryX=0;entryY=0.5;entryDx=0;entryDy=0;" target="EONZ8WT3-JnyCntiJ988-19">
+           <mxGeometry relative="1" as="geometry" />
+         </mxCell>
+         <mxCell id="EONZ8WT3-JnyCntiJ988-33" edge="1" parent="EONZ8WT3-JnyCntiJ988-1" source="EONZ8WT3-JnyCntiJ988-9" style="edgeStyle=orthogonalEdgeStyle;rounded=0;orthogonalLoop=1;jettySize=auto;html=1;exitX=1;exitY=0.5;exitDx=0;exitDy=0;entryX=0;entryY=0.5;entryDx=0;entryDy=0;" target="EONZ8WT3-JnyCntiJ988-21">
+           <mxGeometry relative="1" as="geometry" />
+         </mxCell>
+         <mxCell id="EONZ8WT3-JnyCntiJ988-34" edge="1" parent="EONZ8WT3-JnyCntiJ988-1" source="EONZ8WT3-JnyCntiJ988-10" style="edgeStyle=orthogonalEdgeStyle;rounded=0;orthogonalLoop=1;jettySize=auto;html=1;exitX=1;exitY=0.5;exitDx=0;exitDy=0;entryX=0;entryY=0.5;entryDx=0;entryDy=0;" target="EONZ8WT3-JnyCntiJ988-20">
          <mxGeometry relative="1" as="geometry" />
        </mxCell>
      </root>
    </mxGraphModel>
  </diagram>
</mxfile>
